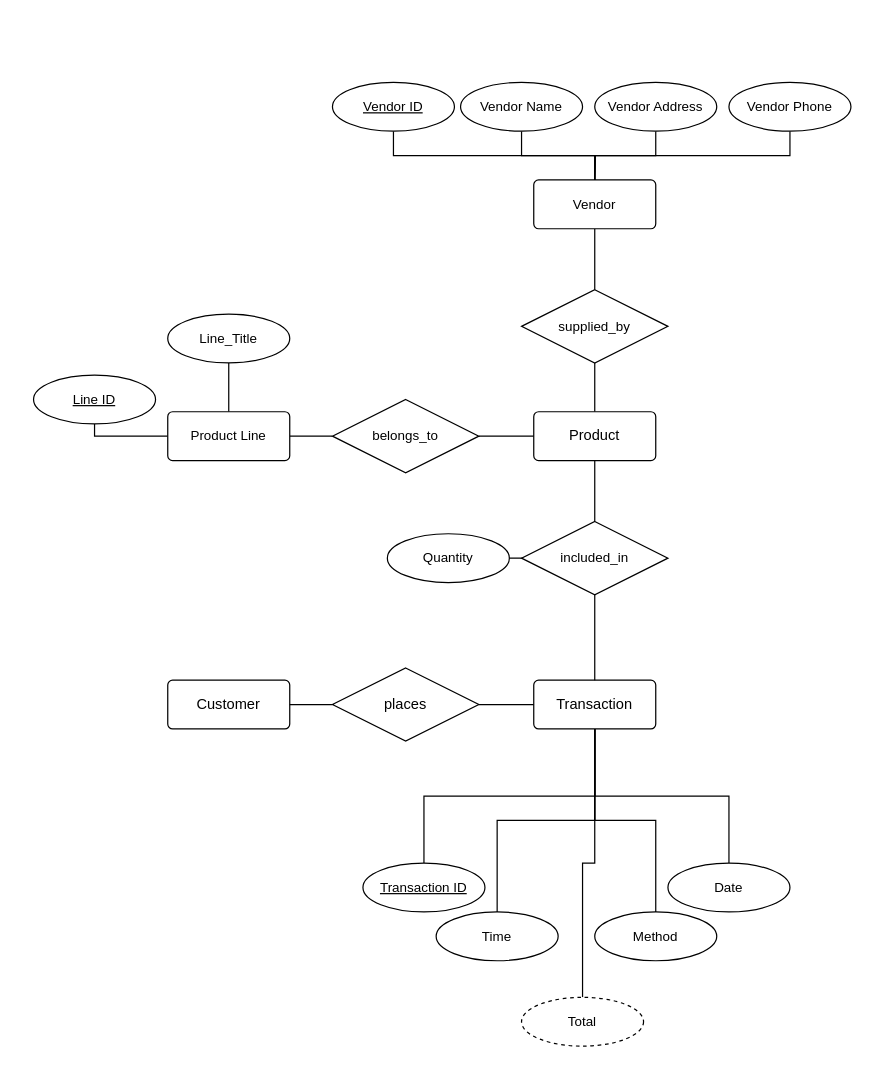
Above: Scotts_Bar_2_ERD.drawio in vincentgruse/ScottsBar2 (draw.io), before the change. Source tidied: cells renumbered, new cells numbered last; positions are measured from the earlier drawing's top-left corner, leaving out a move shared by most shapes. Both pictures are drawn from the tidied source at 122%, with x=0, y=0 at pixel (33, 82).
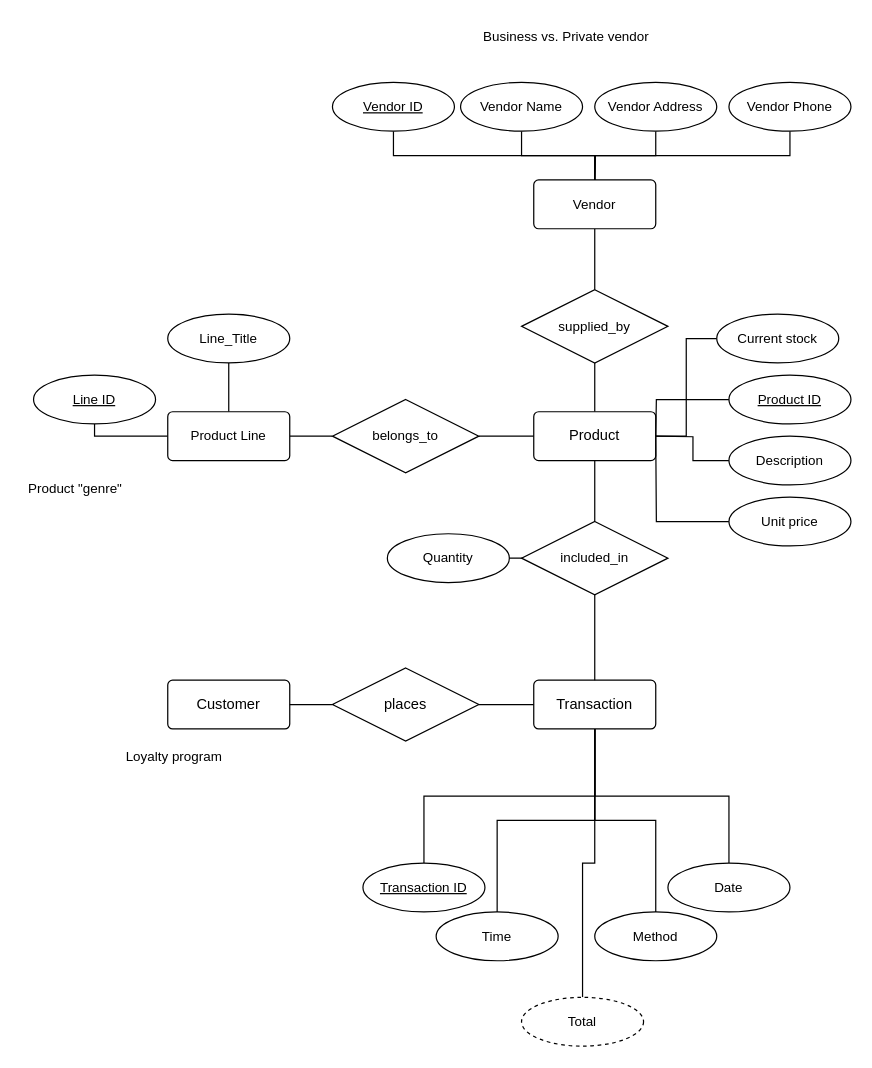
The same page after the edit.

The change refers to these unchanged cells:
```xml
<mxCell id="3" value="Product" style="rounded=1;arcSize=10;whiteSpace=wrap;html=1;align=center;" parent="1" vertex="1">
  <mxGeometry x="410" y="270" width="100" height="40" as="geometry" />
</mxCell>
```

What changed in the source:
```diff
@@
+    <mxCell id="43" style="edgeStyle=orthogonalEdgeStyle;rounded=0;jettySize=auto;html=1;exitX=1;exitY=0.5;exitDx=0;exitDy=0;entryX=0;entryY=0.5;entryDx=0;entryDy=0;strokeColor=default;align=center;verticalAlign=middle;fontFamily=Helvetica;fontSize=11;fontColor=default;labelBackgroundColor=default;endArrow=none;endFill=0;" parent="1" edge="1" source="3" target="47">
+      <mxGeometry relative="1" as="geometry" />
+    </mxCell>
@@
+    <mxCell id="44" value="Business vs. Private vendor" style="text;strokeColor=none;fillColor=none;spacingLeft=4;spacingRight=4;overflow=hidden;fontSize=11;whiteSpace=wrap;html=1;fontFamily=Helvetica;fontColor=default;labelBackgroundColor=default;" parent="1" vertex="1">
+      <mxGeometry x="362.5" y="-50" width="175" height="30" as="geometry" />
+    </mxCell>
+    <mxCell id="45" value="Product &quot;genre&quot;" style="text;strokeColor=none;fillColor=none;spacingLeft=4;spacingRight=4;overflow=hidden;fontSize=11;whiteSpace=wrap;html=1;fontFamily=Helvetica;fontColor=default;labelBackgroundColor=default;" parent="1" vertex="1">
+      <mxGeometry x="-10" y="320" width="175" height="30" as="geometry" />
+    </mxCell>
+    <mxCell id="46" value="Loyalty program" style="text;strokeColor=none;fillColor=none;spacingLeft=4;spacingRight=4;overflow=hidden;fontSize=11;whiteSpace=wrap;html=1;fontFamily=Helvetica;fontColor=default;labelBackgroundColor=default;" parent="1" vertex="1">
+      <mxGeometry x="70" y="540" width="175" height="30" as="geometry" />
+    </mxCell>
+    <mxCell id="47" value="Current stock" style="ellipse;whiteSpace=wrap;html=1;align=center;fontFamily=Helvetica;fontSize=11;fontColor=default;labelBackgroundColor=default;" parent="1" vertex="1">
+      <mxGeometry x="560" y="190" width="100" height="40" as="geometry" />
+    </mxCell>
+    <mxCell id="48" style="edgeStyle=orthogonalEdgeStyle;rounded=0;jettySize=auto;html=1;exitX=0;exitY=0.5;exitDx=0;exitDy=0;strokeColor=default;align=center;verticalAlign=middle;fontFamily=Helvetica;fontSize=11;fontColor=default;labelBackgroundColor=default;endArrow=none;endFill=0;" parent="1" edge="1" source="49">
+      <mxGeometry relative="1" as="geometry">
+        <mxPoint x="510" y="290" as="targetPoint" />
+      </mxGeometry>
+    </mxCell>
+    <mxCell id="49" value="&lt;u&gt;Product ID&lt;/u&gt;" style="ellipse;whiteSpace=wrap;html=1;align=center;fontFamily=Helvetica;fontSize=11;fontColor=default;labelBackgroundColor=default;" parent="1" vertex="1">
+      <mxGeometry x="570" y="240" width="100" height="40" as="geometry" />
+    </mxCell>
+    <mxCell id="50" style="edgeStyle=orthogonalEdgeStyle;rounded=0;jettySize=auto;html=1;exitX=0;exitY=0.5;exitDx=0;exitDy=0;strokeColor=default;align=center;verticalAlign=middle;fontFamily=Helvetica;fontSize=11;fontColor=default;labelBackgroundColor=default;endArrow=none;endFill=0;" parent="1" edge="1" source="51">
+      <mxGeometry relative="1" as="geometry">
+        <mxPoint x="510" y="290" as="targetPoint" />
+      </mxGeometry>
+    </mxCell>
+    <mxCell id="51" value="Description" style="ellipse;whiteSpace=wrap;html=1;align=center;fontFamily=Helvetica;fontSize=11;fontColor=default;labelBackgroundColor=default;" parent="1" vertex="1">
+      <mxGeometry x="570" y="290" width="100" height="40" as="geometry" />
+    </mxCell>
+    <mxCell id="52" style="edgeStyle=orthogonalEdgeStyle;rounded=0;jettySize=auto;html=1;exitX=0;exitY=0.5;exitDx=0;exitDy=0;strokeColor=default;align=center;verticalAlign=middle;fontFamily=Helvetica;fontSize=11;fontColor=default;labelBackgroundColor=default;endArrow=none;endFill=0;" parent="1" edge="1" source="53">
+      <mxGeometry relative="1" as="geometry">
+        <mxPoint x="510" y="290" as="targetPoint" />
+      </mxGeometry>
+    </mxCell>
+    <mxCell id="53" value="Unit price" style="ellipse;whiteSpace=wrap;html=1;align=center;fontFamily=Helvetica;fontSize=11;fontColor=default;labelBackgroundColor=default;" parent="1" vertex="1">
+      <mxGeometry x="570" y="340" width="100" height="40" as="geometry" />
+    </mxCell>
```
